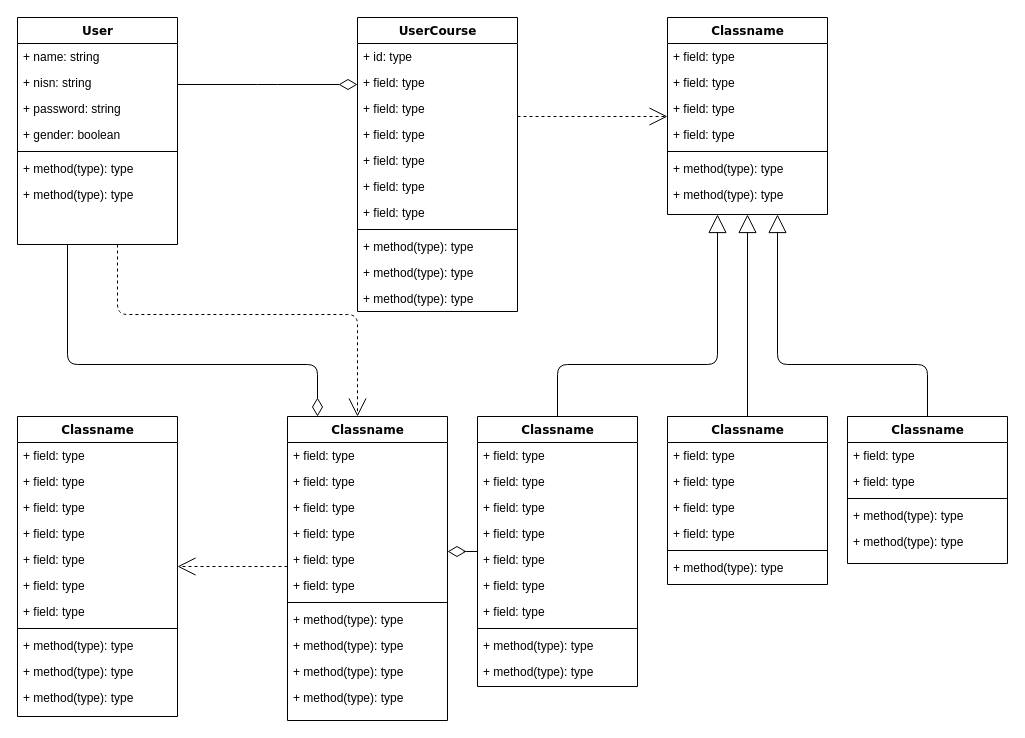
Earlier version of the draw.io diagram Untitled Diagram.drawio (rzlzrdf/studio-lms). Source tidied: cells renumbered, new cells numbered last; positions are measured from the earlier drawing's top-left corner, leaving out a move shared by most shapes. Both pictures are drawn from the tidied source at 100%, with x=0, y=0 at pixel (17, 17).
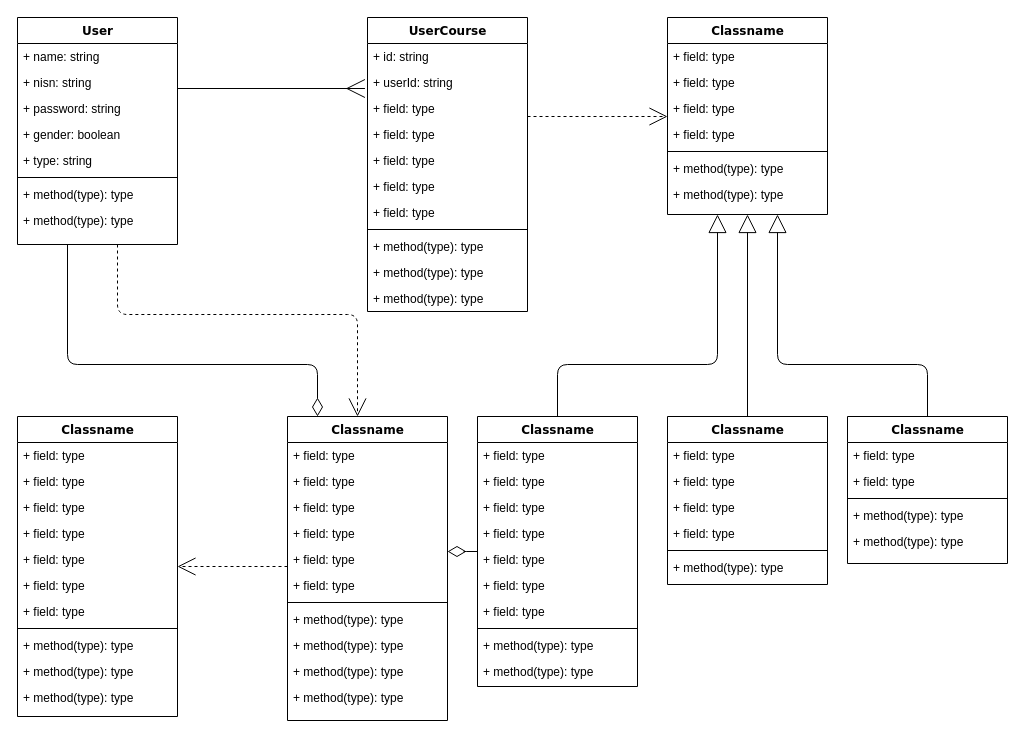
After the change.

Unchanged cells that the change refers to:
```xml
<mxCell id="4" value="User" style="swimlane;html=1;fontStyle=1;align=center;verticalAlign=top;horizontal=1;startSize=26;swimlaneFillColor=#ffffff;rounded=0;shadow=0;comic=0;labelBackgroundColor=none;strokeWidth=1;fillColor=none;fontFamily=Verdana;fontSize=12;" parent="1" vertex="1">
  <mxGeometry width="160" height="227" as="geometry" />
</mxCell>
<mxCell id="6" value="+ nisn: string" style="text;html=1;strokeColor=none;fillColor=none;align=left;verticalAlign=top;spacingLeft=4;spacingRight=4;whiteSpace=wrap;overflow=hidden;points=[[0,0.5],[1,0.5]];portConstraint=eastwest;" parent="4" vertex="1">
  <mxGeometry y="52" width="160" height="26" as="geometry" />
</mxCell>
```

The edit, as a diff of the source:
```diff
@@
+    <mxCell id="87" value="+ type: string" style="text;html=1;strokeColor=none;fillColor=none;align=left;verticalAlign=top;spacingLeft=4;spacingRight=4;whiteSpace=wrap;overflow=hidden;" parent="4" vertex="1">
+      <mxGeometry y="130" width="160" height="26" as="geometry" />
+    </mxCell>
     <mxCell id="9" style="line;html=1;strokeWidth=1;fillColor=none;align=left;verticalAlign=middle;spacingTop=-1;spacingLeft=3;spacingRight=3;labelPosition=right;" parent="4" vertex="1">
-      <mxGeometry y="130" width="160" height="8" as="geometry" />
+      <mxGeometry y="156" width="160" height="8" as="geometry" />
     </mxCell>
     <mxCell id="10" value="+ method(type): type" style="text;html=1;strokeColor=none;fillColor=none;align=left;verticalAlign=top;spacingLeft=4;spacingRight=4;whiteSpace=wrap;overflow=hidden;" parent="4" vertex="1">
-      <mxGeometry y="138" width="160" height="26" as="geometry" />
+      <mxGeometry y="164" width="160" height="26" as="geometry" />
     </mxCell>
     <mxCell id="11" value="+ method(type): type" style="text;html=1;strokeColor=none;fillColor=none;align=left;verticalAlign=top;spacingLeft=4;spacingRight=4;whiteSpace=wrap;overflow=hidden;" parent="4" vertex="1">
-      <mxGeometry y="164" width="160" height="26" as="geometry" />
+      <mxGeometry y="190" width="160" height="26" as="geometry" />
     </mxCell>
@@
     <mxCell id="13" value="UserCourse" style="swimlane;html=1;fontStyle=1;align=center;verticalAlign=top;horizontal=1;startSize=26;swimlaneFillColor=#ffffff;rounded=0;shadow=0;comic=0;labelBackgroundColor=none;strokeWidth=1;fillColor=none;fontFamily=Verdana;fontSize=12;" parent="1" vertex="1">
-      <mxGeometry x="340" width="160" height="294" as="geometry" />
+      <mxGeometry x="350" width="160" height="294" as="geometry" />
     </mxCell>
-    <mxCell id="14" value="+ id: type" style="text;html=1;strokeColor=none;fillColor=none;align=left;verticalAlign=top;spacingLeft=4;spacingRight=4;whiteSpace=wrap;overflow=hidden;" parent="13" vertex="1">
+    <mxCell id="14" value="+ id: string" style="text;html=1;strokeColor=none;fillColor=none;align=left;verticalAlign=top;spacingLeft=4;spacingRight=4;whiteSpace=wrap;overflow=hidden;" parent="13" vertex="1">
       <mxGeometry y="26" width="160" height="26" as="geometry" />
     </mxCell>
-    <mxCell id="15" value="+ field: type" style="text;html=1;strokeColor=none;fillColor=none;align=left;verticalAlign=top;spacingLeft=4;spacingRight=4;whiteSpace=wrap;overflow=hidden;points=[[0,0.5],[1,0.5]];portConstraint=eastwest;" parent="13" vertex="1">
+    <mxCell id="15" value="+ userId: string" style="text;html=1;strokeColor=none;fillColor=none;align=left;verticalAlign=top;spacingLeft=4;spacingRight=4;whiteSpace=wrap;overflow=hidden;points=[[0,0.5],[1,0.5]];portConstraint=eastwest;" parent="13" vertex="1">
       <mxGeometry y="52" width="160" height="26" as="geometry" />
     </mxCell>
@@
-    <mxCell id="86" style="edgeStyle=elbowEdgeStyle;html=1;labelBackgroundColor=none;startFill=0;startSize=8;endArrow=diamondThin;endFill=0;endSize=16;fontFamily=Verdana;fontSize=12;elbow=vertical;" parent="1" edge="1" source="6">
-      <mxGeometry relative="1" as="geometry">
-        <mxPoint x="340" y="67" as="targetPoint" />
-      </mxGeometry>
+    <mxCell id="86" style="edgeStyle=elbowEdgeStyle;html=1;labelBackgroundColor=none;startFill=0;startSize=8;endArrow=ERmany;endFill=0;endSize=16;fontFamily=Verdana;fontSize=12;elbow=vertical;entryX=-0.016;entryY=0.731;entryDx=0;entryDy=0;entryPerimeter=0;" parent="1" edge="1" source="6" target="15">
+      <mxGeometry relative="1" as="geometry" />
     </mxCell>
```
